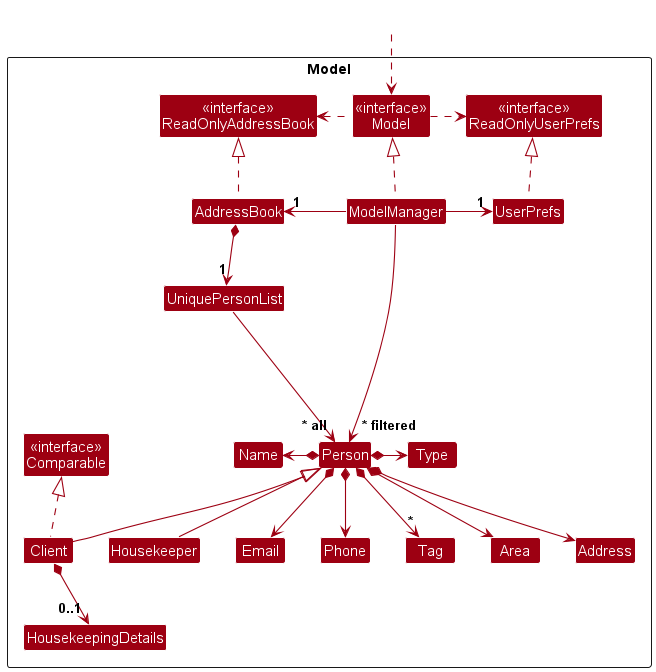
This is docs/images/ModelClassDiagram.png from LimZiJia/tp, a PlantUML export, as it was before one commit.
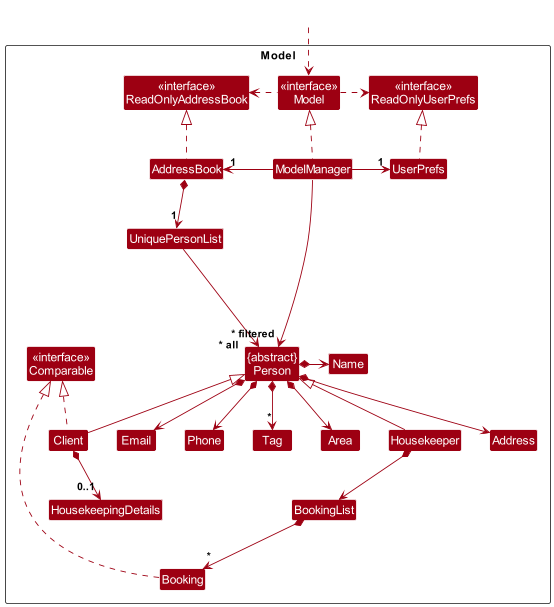
Above is the later version.

The edit, as a diff of the source:
```diff
@@ -14,7 +14,7 @@
 Class UserPrefs
 
 Class UniquePersonList
-Class Person
+Class "{abstract}\nPerson" as Person
 Class Client
 Class Housekeeper
 Class Address
@@ -22,9 +22,10 @@
 Class Name
 Class Phone
 Class Tag
-Class Type
 Class HousekeepingDetails
 Class Area
+Class Booking
+Class BookingList
 
 Class I #FFFFFF
 }
@@ -43,15 +44,17 @@
 
 AddressBook *--> "1" UniquePersonList
 UniquePersonList --> "~* all" Person
-Person *-left-> Name
+Person *-right-> Name
 Person *--> Phone
 Person *--> Email
 Person *--> Address
 Person *--> "*" Tag
-Person *-right-> Type
 Person *--> Area
 Client *--> "0..1" HousekeepingDetails
 Client .up.|> Comparable
+Housekeeper *--> BookingList
+BookingList *--> "*" Booking
+Booking .up.|> Comparable
 
 Person -[hidden]up--> I
 UniquePersonList -[hidden]right-> I
```
